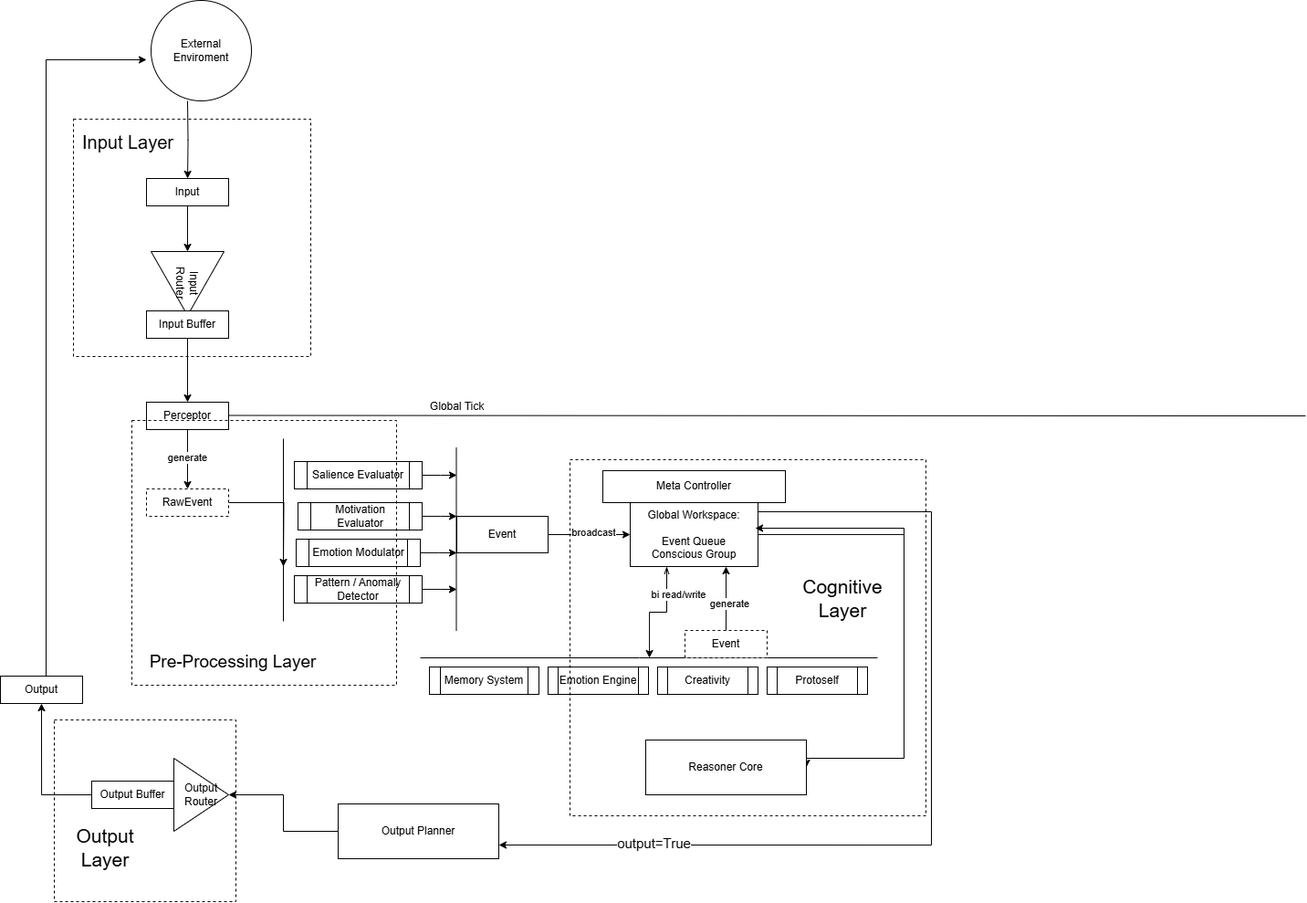
miccheth/neuroslim keeps this draw.io diagram as docs/brainstorming/diagram-snapshot-1.png. Above is the earlier version. Source tidied: cells renumbered, new cells last; positions are measured from the earlier drawing's top-left corner, leaving out a move shared by most shapes. Source of this version:
```xml
<mxGraphModel>
  <root>
    <mxCell id="0" />
    <mxCell id="1" parent="0" />
    <mxCell id="2" style="edgeStyle=orthogonalEdgeStyle;rounded=0;jettySize=auto;html=1;" parent="1" edge="1" source="3" target="5">
      <mxGeometry relative="1" as="geometry" />
    </mxCell>
    <mxCell id="3" value="Input" style="rounded=0;whiteSpace=wrap;html=1;" parent="1" vertex="1">
      <mxGeometry x="160" y="195" width="90" height="30" as="geometry" />
    </mxCell>
    <mxCell id="4" style="edgeStyle=orthogonalEdgeStyle;rounded=0;jettySize=auto;html=1;" parent="1" edge="1" target="3">
      <mxGeometry relative="1" as="geometry">
        <mxPoint x="205" y="110" as="sourcePoint" />
      </mxGeometry>
    </mxCell>
    <mxCell id="5" value="Input&lt;div&gt;Router&lt;/div&gt;" style="triangle;whiteSpace=wrap;html=1;rotation=90;" parent="1" vertex="1">
      <mxGeometry x="170" y="270" width="70" height="80" as="geometry" />
    </mxCell>
    <mxCell id="6" style="edgeStyle=orthogonalEdgeStyle;rounded=0;jettySize=auto;html=1;" parent="1" edge="1" source="7" target="10">
      <mxGeometry relative="1" as="geometry" />
    </mxCell>
    <mxCell id="7" value="Input Buffer" style="rounded=0;whiteSpace=wrap;html=1;" parent="1" vertex="1">
      <mxGeometry x="160" y="340" width="90" height="30" as="geometry" />
    </mxCell>
    <mxCell id="8" style="edgeStyle=orthogonalEdgeStyle;rounded=0;jettySize=auto;html=1;" parent="1" edge="1" source="10" target="12">
      <mxGeometry relative="1" as="geometry" />
    </mxCell>
    <mxCell id="9" value="generate" style="edgeLabel;html=1;align=center;verticalAlign=middle;" parent="8" vertex="1">
      <mxGeometry x="-0.05" y="-1" relative="1" as="geometry" />
    </mxCell>
    <mxCell id="10" value="Perceptor" style="rounded=0;whiteSpace=wrap;html=1;" parent="1" vertex="1">
      <mxGeometry x="160" y="440" width="90" height="30" as="geometry" />
    </mxCell>
    <mxCell id="11" style="edgeStyle=orthogonalEdgeStyle;rounded=0;jettySize=auto;html=1;" parent="1" edge="1" source="12">
      <mxGeometry relative="1" as="geometry">
        <mxPoint x="310" y="620" as="targetPoint" />
      </mxGeometry>
    </mxCell>
    <mxCell id="12" value="RawEvent" style="rounded=0;whiteSpace=wrap;html=1;dashed=1;" parent="1" vertex="1">
      <mxGeometry x="160" y="535" width="90" height="30" as="geometry" />
    </mxCell>
    <mxCell id="13" style="edgeStyle=orthogonalEdgeStyle;rounded=0;orthogonalLoop=1;jettySize=auto;html=1;exitX=0.5;exitY=1;exitDx=0;exitDy=0;" parent="1" edge="1" source="12" target="12">
      <mxGeometry relative="1" as="geometry" />
    </mxCell>
    <mxCell id="14" style="endArrow=none;html=1;rounded=0;" parent="1" edge="1">
      <mxGeometry relative="1" as="geometry">
        <mxPoint x="250" y="454.5" as="sourcePoint" />
        <mxPoint x="1430" y="455" as="targetPoint" />
      </mxGeometry>
    </mxCell>
    <mxCell id="15" value="Global Tick" style="text;html=1;align=center;verticalAlign=middle;strokeColor=none;fillColor=none;" parent="1" vertex="1">
      <mxGeometry x="460" y="430" width="80" height="30" as="geometry" />
    </mxCell>
    <mxCell id="16" style="edgeStyle=orthogonalEdgeStyle;rounded=0;jettySize=auto;html=1;" parent="1" edge="1" source="17">
      <mxGeometry relative="1" as="geometry">
        <mxPoint x="500" y="520" as="targetPoint" />
      </mxGeometry>
    </mxCell>
    <mxCell id="17" value="Salience Evaluator" style="shape=process;whiteSpace=wrap;html=1;backgroundOutline=1;" parent="1" vertex="1">
      <mxGeometry x="322" y="505" width="140" height="30" as="geometry" />
    </mxCell>
    <mxCell id="18" style="edgeStyle=orthogonalEdgeStyle;rounded=0;jettySize=auto;html=1;" parent="1" edge="1" source="19">
      <mxGeometry relative="1" as="geometry">
        <mxPoint x="500" y="565" as="targetPoint" />
      </mxGeometry>
    </mxCell>
    <mxCell id="19" value="Motivation Evaluator" style="shape=process;whiteSpace=wrap;html=1;backgroundOutline=1;" parent="1" vertex="1">
      <mxGeometry x="326" y="550" width="136" height="30" as="geometry" />
    </mxCell>
    <mxCell id="20" style="edgeStyle=orthogonalEdgeStyle;rounded=0;jettySize=auto;html=1;" parent="1" edge="1" source="21">
      <mxGeometry relative="1" as="geometry">
        <mxPoint x="500" y="605" as="targetPoint" />
      </mxGeometry>
    </mxCell>
    <mxCell id="21" value="Emotion Modulator" style="shape=process;whiteSpace=wrap;html=1;backgroundOutline=1;" parent="1" vertex="1">
      <mxGeometry x="324" y="590" width="136" height="30" as="geometry" />
    </mxCell>
    <mxCell id="22" style="edgeStyle=orthogonalEdgeStyle;rounded=0;jettySize=auto;html=1;" parent="1" edge="1" source="23">
      <mxGeometry relative="1" as="geometry">
        <mxPoint x="500" y="645" as="targetPoint" />
      </mxGeometry>
    </mxCell>
    <mxCell id="23" value="Pattern / Anomaly Detector" style="shape=process;whiteSpace=wrap;html=1;backgroundOutline=1;" parent="1" vertex="1">
      <mxGeometry x="322" y="630" width="140" height="30" as="geometry" />
    </mxCell>
    <mxCell id="24" style="endArrow=none;html=1;rounded=0;" parent="1" edge="1">
      <mxGeometry relative="1" as="geometry">
        <mxPoint x="310" y="480" as="sourcePoint" />
        <mxPoint x="310" y="680" as="targetPoint" />
      </mxGeometry>
    </mxCell>
    <mxCell id="25" style="endArrow=none;html=1;rounded=0;" parent="1" edge="1">
      <mxGeometry relative="1" as="geometry">
        <mxPoint x="499.5" y="490" as="sourcePoint" />
        <mxPoint x="499.5" y="690" as="targetPoint" />
      </mxGeometry>
    </mxCell>
    <mxCell id="26" style="edgeStyle=orthogonalEdgeStyle;rounded=0;jettySize=auto;html=1;entryX=0;entryY=0.5;entryDx=0;entryDy=0;" parent="1" edge="1" source="28" target="34">
      <mxGeometry relative="1" as="geometry" />
    </mxCell>
    <mxCell id="27" value="broadcast" style="edgeLabel;html=1;align=center;verticalAlign=middle;" parent="26" vertex="1">
      <mxGeometry x="0.09" y="3" relative="1" as="geometry" />
    </mxCell>
    <mxCell id="28" value="Event" style="rounded=0;whiteSpace=wrap;html=1;" parent="1" vertex="1">
      <mxGeometry x="500" y="565" width="100" height="40" as="geometry" />
    </mxCell>
    <mxCell id="29" style="edgeStyle=orthogonalEdgeStyle;rounded=0;jettySize=auto;html=1;flowAnimation=0;shadow=0;jumpStyle=none;startArrow=openThin;startFill=0;" parent="1" edge="1" source="34">
      <mxGeometry relative="1" as="geometry">
        <mxPoint x="710" y="720" as="targetPoint" />
        <Array as="points">
          <mxPoint x="730" y="670" />
          <mxPoint x="711" y="670" />
        </Array>
      </mxGeometry>
    </mxCell>
    <mxCell id="30" value="bi read/write" style="edgeLabel;html=1;align=center;verticalAlign=middle;" parent="29" vertex="1">
      <mxGeometry x="-0.16" y="-4" relative="1" as="geometry">
        <mxPoint x="13" y="-16" as="offset" />
      </mxGeometry>
    </mxCell>
    <mxCell id="31" style="edgeStyle=orthogonalEdgeStyle;rounded=0;jettySize=auto;html=1;entryX=1;entryY=0.5;entryDx=0;entryDy=0;" parent="1" edge="1" source="34" target="44">
      <mxGeometry relative="1" as="geometry">
        <Array as="points">
          <mxPoint x="990" y="585" />
          <mxPoint x="990" y="830" />
        </Array>
      </mxGeometry>
    </mxCell>
    <mxCell id="32" style="edgeStyle=orthogonalEdgeStyle;rounded=0;jettySize=auto;html=1;entryX=1;entryY=0.75;entryDx=0;entryDy=0;" parent="1" edge="1" source="34" target="47">
      <mxGeometry relative="1" as="geometry">
        <Array as="points">
          <mxPoint x="1020" y="560" />
          <mxPoint x="1020" y="925" />
        </Array>
      </mxGeometry>
    </mxCell>
    <mxCell id="33" value="output=True" style="edgeLabel;html=1;align=center;verticalAlign=middle;fontSize=15;" parent="32" vertex="1">
      <mxGeometry x="0.67" y="-3" relative="1" as="geometry" />
    </mxCell>
    <mxCell id="34" value="Global Workspace:&lt;br&gt;&lt;br&gt;Event Queue&lt;br&gt;Conscious Group" style="rounded=0;whiteSpace=wrap;html=1;" parent="1" vertex="1">
      <mxGeometry x="690" y="550" width="140" height="70" as="geometry" />
    </mxCell>
    <mxCell id="35" style="endArrow=none;html=1;rounded=0;" parent="1" edge="1">
      <mxGeometry relative="1" as="geometry">
        <mxPoint x="460" y="720" as="sourcePoint" />
        <mxPoint x="961" y="720" as="targetPoint" />
        <Array as="points">
          <mxPoint x="700" y="720" />
        </Array>
      </mxGeometry>
    </mxCell>
    <mxCell id="36" value="Memory System" style="shape=process;whiteSpace=wrap;html=1;backgroundOutline=1;" parent="1" vertex="1">
      <mxGeometry x="470" y="730" width="120" height="30" as="geometry" />
    </mxCell>
    <mxCell id="37" style="edgeStyle=orthogonalEdgeStyle;rounded=0;jettySize=auto;html=1;entryX=0.75;entryY=1;entryDx=0;entryDy=0;" parent="1" edge="1" source="39" target="34">
      <mxGeometry relative="1" as="geometry" />
    </mxCell>
    <mxCell id="38" value="generate" style="edgeLabel;html=1;align=center;verticalAlign=middle;" parent="37" vertex="1">
      <mxGeometry x="-0.17" y="-3" relative="1" as="geometry" />
    </mxCell>
    <mxCell id="39" value="Event" style="rounded=0;whiteSpace=wrap;html=1;dashed=1;" parent="1" vertex="1">
      <mxGeometry x="750" y="690" width="90" height="30" as="geometry" />
    </mxCell>
    <mxCell id="40" value="Emotion Engine" style="shape=process;whiteSpace=wrap;html=1;backgroundOutline=1;" parent="1" vertex="1">
      <mxGeometry x="600" y="730" width="110" height="30" as="geometry" />
    </mxCell>
    <mxCell id="41" value="Creativity" style="shape=process;whiteSpace=wrap;html=1;backgroundOutline=1;" parent="1" vertex="1">
      <mxGeometry x="720" y="730" width="110" height="30" as="geometry" />
    </mxCell>
    <mxCell id="42" value="Protoself" style="shape=process;whiteSpace=wrap;html=1;backgroundOutline=1;" parent="1" vertex="1">
      <mxGeometry x="840" y="730" width="110" height="30" as="geometry" />
    </mxCell>
    <mxCell id="43" value="Meta Controller" style="rounded=0;whiteSpace=wrap;html=1;" parent="1" vertex="1">
      <mxGeometry x="660" y="515" width="200" height="35" as="geometry" />
    </mxCell>
    <mxCell id="44" value="Reasoner Core" style="rounded=0;whiteSpace=wrap;html=1;" parent="1" vertex="1">
      <mxGeometry x="707" y="810" width="176" height="60" as="geometry" />
    </mxCell>
    <mxCell id="45" style="edgeStyle=orthogonalEdgeStyle;rounded=0;jettySize=auto;html=1;entryX=0.979;entryY=0.4;entryDx=0;entryDy=0;entryPerimeter=0;" parent="1" edge="1" source="44" target="34">
      <mxGeometry relative="1" as="geometry">
        <Array as="points">
          <mxPoint x="990" y="830" />
          <mxPoint x="990" y="578" />
        </Array>
      </mxGeometry>
    </mxCell>
    <mxCell id="46" style="edgeStyle=orthogonalEdgeStyle;rounded=0;jettySize=auto;html=1;entryX=1;entryY=0.5;entryDx=0;entryDy=0;" parent="1" edge="1" source="47" target="50">
      <mxGeometry relative="1" as="geometry" />
    </mxCell>
    <mxCell id="47" value="Output Planner" style="rounded=0;whiteSpace=wrap;html=1;" parent="1" vertex="1">
      <mxGeometry x="370" y="880" width="176" height="60" as="geometry" />
    </mxCell>
    <mxCell id="48" style="edgeStyle=orthogonalEdgeStyle;rounded=0;jettySize=auto;html=1;entryX=0.5;entryY=1;entryDx=0;entryDy=0;" parent="1" edge="1" source="49" target="52">
      <mxGeometry relative="1" as="geometry" />
    </mxCell>
    <mxCell id="49" value="Output Buffer" style="rounded=0;whiteSpace=wrap;html=1;" parent="1" vertex="1">
      <mxGeometry x="100" y="855" width="90" height="30" as="geometry" />
    </mxCell>
    <mxCell id="50" value="Output Router" style="triangle;whiteSpace=wrap;html=1;rotation=0;" parent="1" vertex="1">
      <mxGeometry x="190" y="830" width="60" height="80" as="geometry" />
    </mxCell>
    <mxCell id="51" style="edgeStyle=orthogonalEdgeStyle;rounded=0;jettySize=auto;html=1;" parent="1" edge="1" source="52">
      <mxGeometry relative="1" as="geometry">
        <mxPoint x="160" y="65" as="targetPoint" />
        <Array as="points">
          <mxPoint x="50" y="65" />
        </Array>
      </mxGeometry>
    </mxCell>
    <mxCell id="52" value="Output" style="rounded=0;whiteSpace=wrap;html=1;" parent="1" vertex="1">
      <mxGeometry y="740" width="90" height="30" as="geometry" />
    </mxCell>
    <mxCell id="53" style="whiteSpace=wrap;html=1;fillColor=none;dashed=1;" parent="1" vertex="1">
      <mxGeometry x="80" y="130" width="260" height="260" as="geometry" />
    </mxCell>
    <mxCell id="54" value="&lt;font style=&quot;font-size: 20px;&quot;&gt;Input Layer&lt;/font&gt;" style="text;html=1;align=center;verticalAlign=middle;whiteSpace=wrap;rounded=0;fontSize=15;" parent="1" vertex="1">
      <mxGeometry x="70" y="140" width="140" height="30" as="geometry" />
    </mxCell>
    <mxCell id="55" style="whiteSpace=wrap;html=1;fillColor=none;dashed=1;strokeColor=default;" parent="1" vertex="1">
      <mxGeometry x="144" y="460" width="290" height="290" as="geometry" />
    </mxCell>
    <mxCell id="56" value="&lt;font style=&quot;font-size: 19px;&quot;&gt;Pre-Processing Layer&lt;/font&gt;" style="text;html=1;align=center;verticalAlign=middle;whiteSpace=wrap;rounded=0;fontSize=15;" parent="1" vertex="1">
      <mxGeometry x="160" y="710" width="190" height="30" as="geometry" />
    </mxCell>
    <mxCell id="57" style="whiteSpace=wrap;html=1;fillColor=none;dashed=1;" parent="1" vertex="1">
      <mxGeometry x="624" y="503" width="390" height="390" as="geometry" />
    </mxCell>
    <mxCell id="58" value="Cognitive Layer" style="text;html=1;align=center;verticalAlign=middle;whiteSpace=wrap;rounded=0;fontSize=21;" parent="1" vertex="1">
      <mxGeometry x="883" y="640" width="80" height="30" as="geometry" />
    </mxCell>
    <mxCell id="59" style="whiteSpace=wrap;html=1;fillColor=none;dashed=1;" parent="1" vertex="1">
      <mxGeometry x="59" y="788" width="199" height="199" as="geometry" />
    </mxCell>
    <mxCell id="60" value="Output Layer" style="text;html=1;align=center;verticalAlign=middle;whiteSpace=wrap;rounded=0;fontSize=21;" parent="1" vertex="1">
      <mxGeometry x="65" y="913" width="100" height="30" as="geometry" />
    </mxCell>
    <mxCell id="61" value="External&lt;div&gt;Enviroment&lt;/div&gt;" style="ellipse;whiteSpace=wrap;html=1;" parent="1" vertex="1">
      <mxGeometry x="165" width="110" height="110" as="geometry" />
    </mxCell>
  </root>
</mxGraphModel>
```
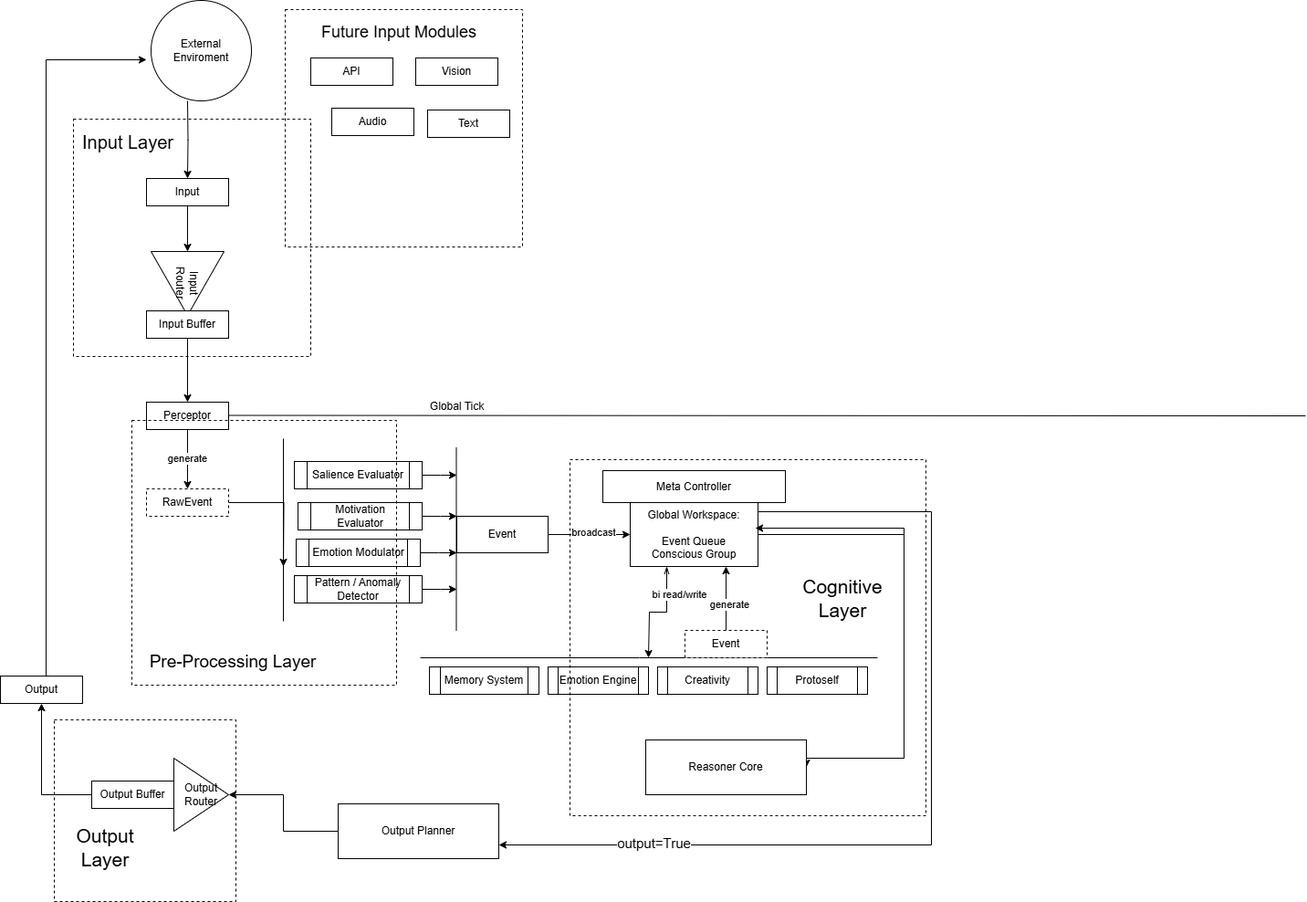
The same diagram one commit later.

The edit, as a diff of the source:
```diff
@@ -237,5 +237,23 @@
     <mxCell id="61" value="External&lt;div&gt;Enviroment&lt;/div&gt;" style="ellipse;whiteSpace=wrap;html=1;" parent="1" vertex="1">
       <mxGeometry x="165" width="110" height="110" as="geometry" />
     </mxCell>
+    <mxCell id="62" style="whiteSpace=wrap;html=1;fillColor=none;dashed=1;" parent="1" vertex="1">
+      <mxGeometry x="312" y="10" width="260" height="260" as="geometry" />
+    </mxCell>
+    <mxCell id="63" value="Text" style="rounded=0;whiteSpace=wrap;html=1;" parent="1" vertex="1">
+      <mxGeometry x="468" y="120" width="90" height="30" as="geometry" />
+    </mxCell>
+    <mxCell id="64" value="Vision" style="rounded=0;whiteSpace=wrap;html=1;" parent="1" vertex="1">
+      <mxGeometry x="455" y="63" width="90" height="30" as="geometry" />
+    </mxCell>
+    <mxCell id="65" value="Audio" style="rounded=0;whiteSpace=wrap;html=1;" parent="1" vertex="1">
+      <mxGeometry x="363" y="118" width="90" height="30" as="geometry" />
+    </mxCell>
+    <mxCell id="66" value="API" style="rounded=0;whiteSpace=wrap;html=1;" parent="1" vertex="1">
+      <mxGeometry x="340" y="63" width="90" height="30" as="geometry" />
+    </mxCell>
+    <mxCell id="67" value="&lt;font style=&quot;font-size: 18px;&quot;&gt;Future Input Modules&lt;/font&gt;" style="text;html=1;align=center;verticalAlign=middle;whiteSpace=wrap;rounded=0;" parent="1" vertex="1">
+      <mxGeometry x="334" y="20" width="206" height="30" as="geometry" />
+    </mxCell>
   </root>
 </mxGraphModel>
```
